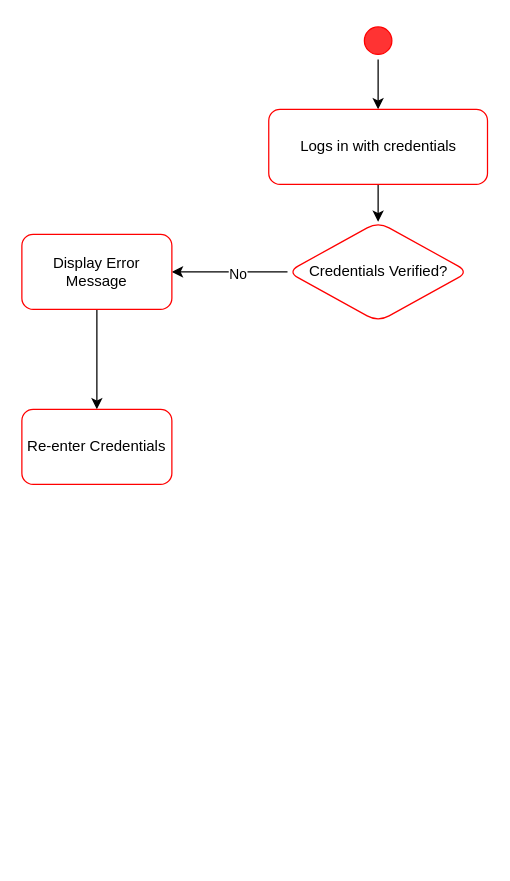
551462-Design-Develop-Deploy-24-25/001-port-individual-software-project-portfolio-MMukhtar1885 keeps this draw.io diagram as DIAGRAMS/Check Inbox Activity Diagram.drawio. Above is the earlier version. Source tidied: cells renumbered, new cells numbered last; positions are measured from the earlier drawing's top-left corner, leaving out a move shared by most shapes. Both pictures are drawn from the tidied source at 125%, with x=0, y=0 at pixel (21, 21).
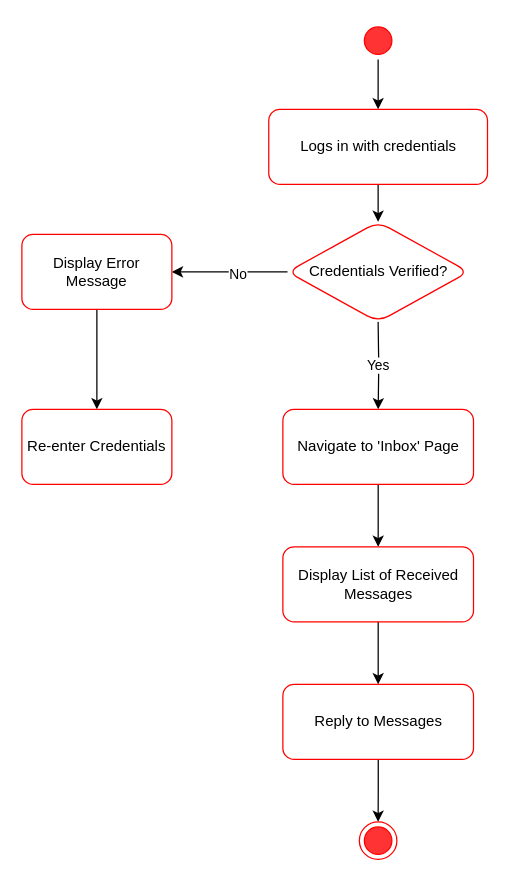
The same diagram, later.

The edit, as a diff of the source:
```diff
@@
+    <mxCell id="12" value="Yes" style="edgeStyle=orthogonalEdgeStyle;rounded=0;jettySize=auto;html=1;entryX=0.5;entryY=0;entryDx=0;entryDy=0;" parent="1" edge="1" target="14">
+      <mxGeometry relative="1" as="geometry">
+        <mxPoint x="285" y="240" as="sourcePoint" />
+      </mxGeometry>
+    </mxCell>
+    <mxCell id="13" style="edgeStyle=orthogonalEdgeStyle;rounded=0;jettySize=auto;html=1;" parent="1" edge="1" source="14" target="16">
+      <mxGeometry relative="1" as="geometry" />
+    </mxCell>
+    <mxCell id="14" value="Navigate to 'Inbox' Page" style="rounded=1;whiteSpace=wrap;html=1;fillColor=#FFFFFF;strokeColor=#ff0000;" parent="1" vertex="1">
+      <mxGeometry x="208.8" y="310" width="152.5" height="60" as="geometry" />
+    </mxCell>
+    <mxCell id="15" style="edgeStyle=orthogonalEdgeStyle;rounded=0;jettySize=auto;html=1;" parent="1" edge="1" source="16" target="18">
+      <mxGeometry relative="1" as="geometry" />
+    </mxCell>
+    <mxCell id="16" value="Display List of Received Messages" style="rounded=1;whiteSpace=wrap;html=1;fillColor=#FFFFFF;strokeColor=#ff0000;" parent="1" vertex="1">
+      <mxGeometry x="208.8" y="420" width="152.5" height="60" as="geometry" />
+    </mxCell>
+    <mxCell id="17" style="edgeStyle=orthogonalEdgeStyle;rounded=0;jettySize=auto;html=1;entryX=0.5;entryY=0;entryDx=0;entryDy=0;" parent="1" edge="1" source="18" target="19">
+      <mxGeometry relative="1" as="geometry" />
+    </mxCell>
+    <mxCell id="18" value="Reply to Messages" style="rounded=1;whiteSpace=wrap;html=1;fillColor=#FFFFFF;strokeColor=#ff0000;" parent="1" vertex="1">
+      <mxGeometry x="208.8" y="530" width="152.5" height="60" as="geometry" />
+    </mxCell>
+    <mxCell id="19" style="ellipse;html=1;shape=endState;fillColor=#FF3333;strokeColor=#ff0000;" parent="1" vertex="1">
+      <mxGeometry x="270" y="640" width="30" height="30" as="geometry" />
+    </mxCell>
```
